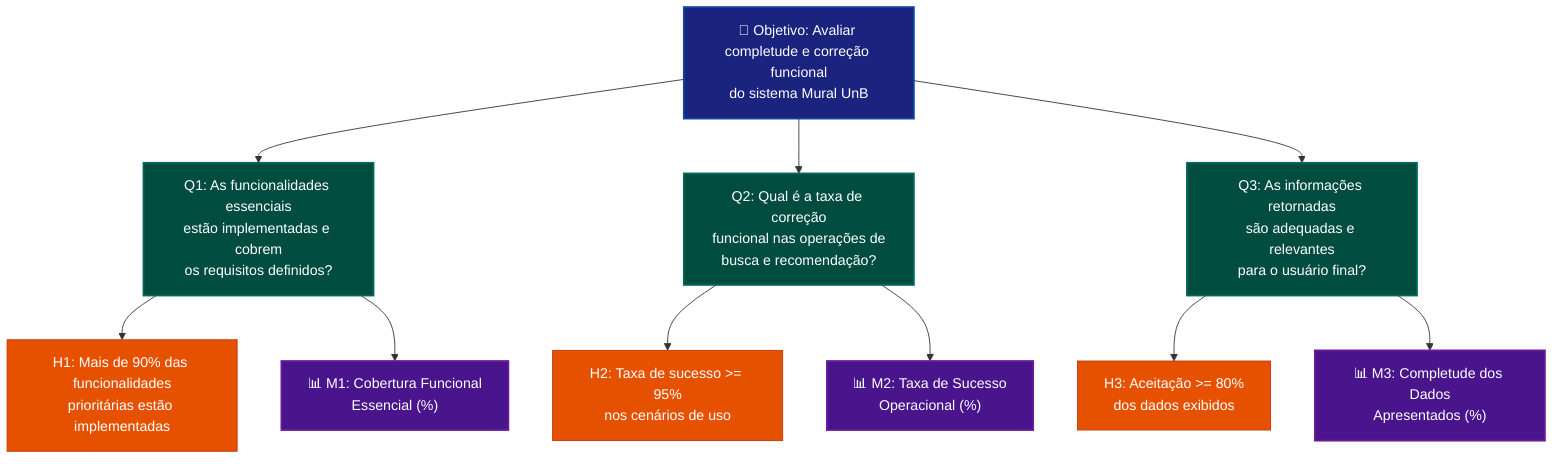
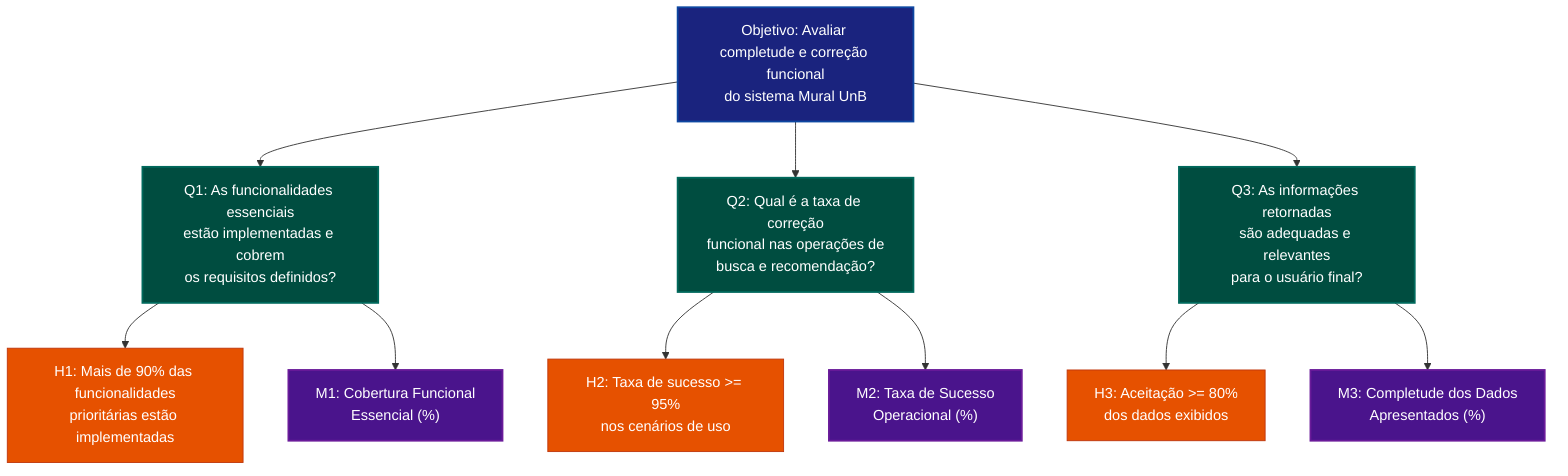
flowchart TB
-   OBJ["🎯 Objetivo: Avaliar completude e correção funcional\ndo sistema Mural UnB"]
+   OBJ["Objetivo: Avaliar completude e correção funcional\ndo sistema Mural UnB"]

  OBJ --> Q1["Q1: As funcionalidades essenciais\nestão implementadas e cobrem\nos requisitos definidos?"]
  OBJ --> Q2["Q2: Qual é a taxa de correção\nfuncional nas operações de\nbusca e recomendação?"]
  OBJ --> Q3["Q3: As informações retornadas\nsão adequadas e relevantes\npara o usuário final?"]

  Q1 --> H1["H1: Mais de 90% das funcionalidades\nprioritárias estão implementadas"]
  Q2 --> H2["H2: Taxa de sucesso >= 95%\nnos cenários de uso"]
  Q3 --> H3["H3: Aceitação >= 80%\ndos dados exibidos"]

-   Q1 --> M1["📊 M1: Cobertura Funcional\nEssencial (%)"]
-   Q2 --> M2["📊 M2: Taxa de Sucesso\nOperacional (%)"]
-   Q3 --> M3["📊 M3: Completude dos Dados\nApresentados (%)"]
+   Q1 --> M1["M1: Cobertura Funcional\nEssencial (%)"]
+   Q2 --> M2["M2: Taxa de Sucesso\nOperacional (%)"]
+   Q3 --> M3["M3: Completude dos Dados\nApresentados (%)"]

  style OBJ fill:#1a237e,color:#fff,stroke:#0d47a1,stroke-width:2px
  style Q1 fill:#004d40,color:#fff,stroke:#00695c,stroke-width:2px
  style Q2 fill:#004d40,color:#fff,stroke:#00695c,stroke-width:2px
  style Q3 fill:#004d40,color:#fff,stroke:#00695c,stroke-width:2px
  style H1 fill:#e65100,color:#fff,stroke:#bf360c,stroke-width:1px
  style H2 fill:#e65100,color:#fff,stroke:#bf360c,stroke-width:1px
  style H3 fill:#e65100,color:#fff,stroke:#bf360c,stroke-width:1px
  style M1 fill:#4a148c,color:#fff,stroke:#6a1b9a,stroke-width:2px
  style M2 fill:#4a148c,color:#fff,stroke:#6a1b9a,stroke-width:2px
  style M3 fill:#4a148c,color:#fff,stroke:#6a1b9a,stroke-width:2px
